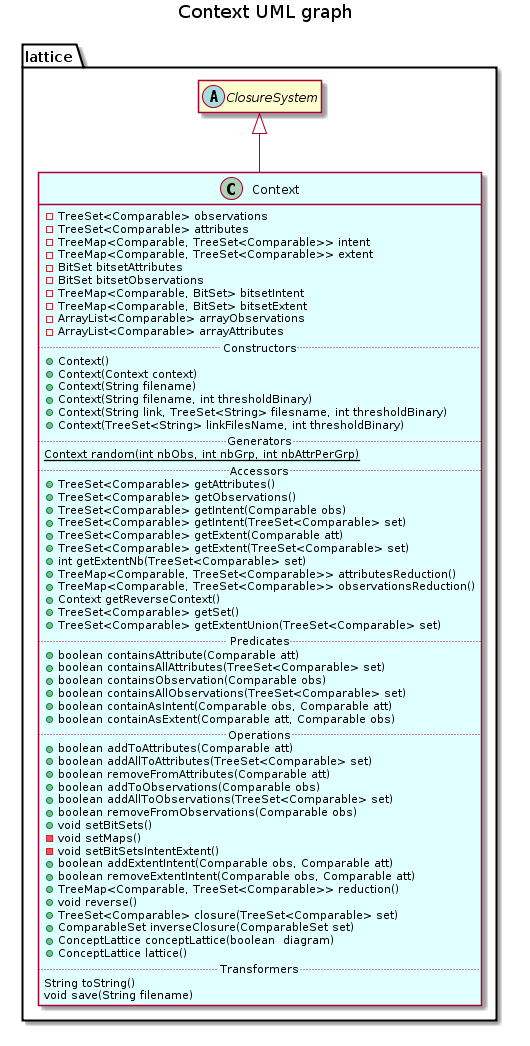
Earlier version of the PlantUML export api/lattice/Context.png (EstrellaRL/java-lattices).
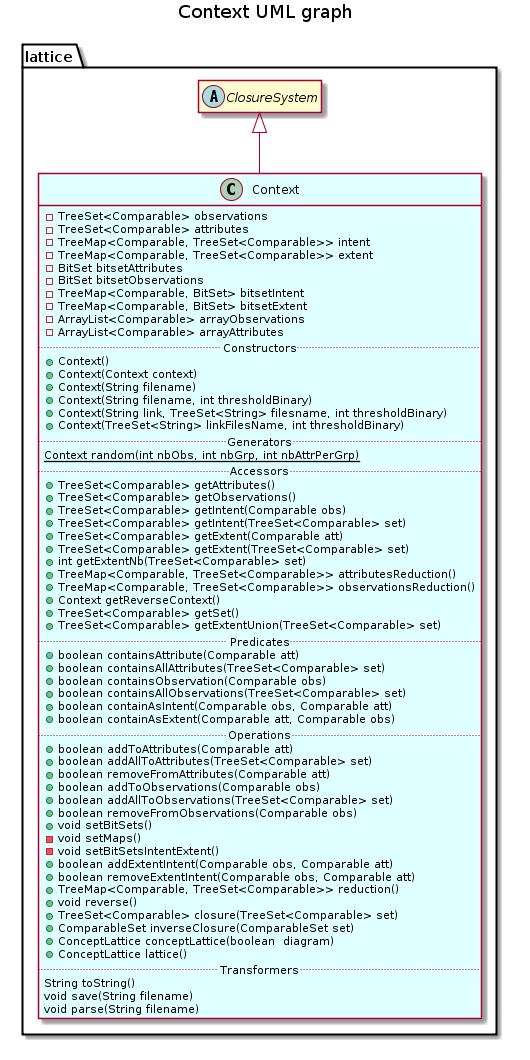
Above is the later version.

The edit, as a diff of the source:
```diff
@@ -61,6 +61,7 @@
         .. Transformers ..
         String toString()
         void save(String filename)
+        void parse(String filename)
     }
 
     ClosureSystem <|-- Context
```
